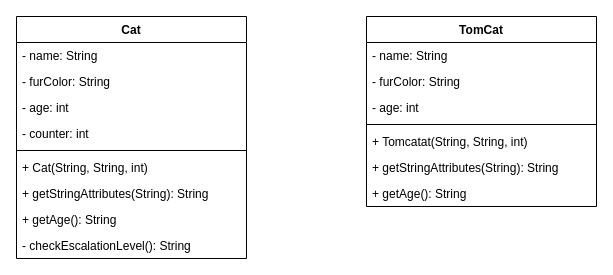
Before: page "Cat_TomCat" (1 of 2) of klassendiagramm.drawio in Comcave-OOP/03_Inheritance_Vererbung, a draw.io diagram. Source tidied: cells renumbered, new cells numbered last; positions are measured from the earlier drawing's top-left corner, leaving out a move shared by most shapes. Both pictures are drawn from the tidied source at 100%, with x=0, y=0 at pixel (16, 16).
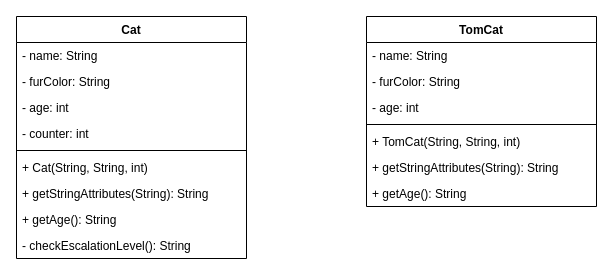
The same page after the edit.

The edit, as a diff of the source:
```diff
@@
 <mxGraphModel>
   <root>
     <mxCell id="0" />
     <mxCell id="1" parent="0" />
     <mxCell id="2" value="Cat" style="swimlane;fontStyle=1;align=center;verticalAlign=top;horizontal=1;startSize=26;" parent="1" vertex="1">
       <mxGeometry width="230" height="242" as="geometry" />
     </mxCell>
     <mxCell id="3" value="- name: String" style="text;strokeColor=none;fillColor=none;align=left;verticalAlign=top;spacingLeft=4;spacingRight=4;overflow=hidden;" parent="2" vertex="1">
       <mxGeometry y="26" width="230" height="26" as="geometry" />
     </mxCell>
     <mxCell id="4" value="- furColor: String" style="text;strokeColor=none;fillColor=none;align=left;verticalAlign=top;spacingLeft=4;spacingRight=4;overflow=hidden;" parent="2" vertex="1">
       <mxGeometry y="52" width="230" height="26" as="geometry" />
     </mxCell>
     <mxCell id="5" value="- age: int" style="text;strokeColor=none;fillColor=none;align=left;verticalAlign=top;spacingLeft=4;spacingRight=4;overflow=hidden;" parent="2" vertex="1">
       <mxGeometry y="78" width="230" height="26" as="geometry" />
     </mxCell>
     <mxCell id="6" value="- counter: int" style="text;strokeColor=none;fillColor=none;align=left;verticalAlign=top;spacingLeft=4;spacingRight=4;overflow=hidden;" parent="2" vertex="1">
       <mxGeometry y="104" width="230" height="26" as="geometry" />
     </mxCell>
     <mxCell id="7" style="line;strokeWidth=1;fillColor=none;align=left;verticalAlign=middle;spacingTop=-1;spacingLeft=3;spacingRight=3;labelPosition=right;strokeColor=inherit;" parent="2" vertex="1">
       <mxGeometry y="130" width="230" height="8" as="geometry" />
     </mxCell>
     <mxCell id="8" value="+ Cat(String, String, int)" style="text;strokeColor=none;fillColor=none;align=left;verticalAlign=top;spacingLeft=4;spacingRight=4;overflow=hidden;" parent="2" vertex="1">
       <mxGeometry y="138" width="230" height="26" as="geometry" />
     </mxCell>
     <mxCell id="9" value="+ getStringAttributes(String): String" style="text;strokeColor=none;fillColor=none;align=left;verticalAlign=top;spacingLeft=4;spacingRight=4;overflow=hidden;" parent="2" vertex="1">
       <mxGeometry y="164" width="230" height="26" as="geometry" />
     </mxCell>
     <mxCell id="10" value="+ getAge(): String" style="text;strokeColor=none;fillColor=none;align=left;verticalAlign=top;spacingLeft=4;spacingRight=4;overflow=hidden;" parent="2" vertex="1">
       <mxGeometry y="190" width="230" height="26" as="geometry" />
     </mxCell>
     <mxCell id="11" value="- checkEscalationLevel(): String" style="text;strokeColor=none;fillColor=none;align=left;verticalAlign=top;spacingLeft=4;spacingRight=4;overflow=hidden;" parent="2" vertex="1">
       <mxGeometry y="216" width="230" height="26" as="geometry" />
     </mxCell>
     <mxCell id="12" value="TomCat" style="swimlane;fontStyle=1;align=center;verticalAlign=top;horizontal=1;startSize=26;" parent="1" vertex="1">
       <mxGeometry x="350" width="230" height="190" as="geometry" />
     </mxCell>
     <mxCell id="13" value="- name: String" style="text;strokeColor=none;fillColor=none;align=left;verticalAlign=top;spacingLeft=4;spacingRight=4;overflow=hidden;" parent="12" vertex="1">
       <mxGeometry y="26" width="230" height="26" as="geometry" />
     </mxCell>
     <mxCell id="14" value="- furColor: String" style="text;strokeColor=none;fillColor=none;align=left;verticalAlign=top;spacingLeft=4;spacingRight=4;overflow=hidden;" parent="12" vertex="1">
       <mxGeometry y="52" width="230" height="26" as="geometry" />
     </mxCell>
     <mxCell id="15" value="- age: int" style="text;strokeColor=none;fillColor=none;align=left;verticalAlign=top;spacingLeft=4;spacingRight=4;overflow=hidden;" parent="12" vertex="1">
       <mxGeometry y="78" width="230" height="26" as="geometry" />
     </mxCell>
     <mxCell id="16" style="line;strokeWidth=1;fillColor=none;align=left;verticalAlign=middle;spacingTop=-1;spacingLeft=3;spacingRight=3;labelPosition=right;strokeColor=inherit;" parent="12" vertex="1">
       <mxGeometry y="104" width="230" height="8" as="geometry" />
     </mxCell>
-    <mxCell id="17" value="+ Tomcatat(String, String, int)" style="text;strokeColor=none;fillColor=none;align=left;verticalAlign=top;spacingLeft=4;spacingRight=4;overflow=hidden;" parent="12" vertex="1">
+    <mxCell id="17" value="+ TomCat(String, String, int)" style="text;strokeColor=none;fillColor=none;align=left;verticalAlign=top;spacingLeft=4;spacingRight=4;overflow=hidden;" parent="12" vertex="1">
       <mxGeometry y="112" width="230" height="26" as="geometry" />
     </mxCell>
     <mxCell id="18" value="+ getStringAttributes(String): String" style="text;strokeColor=none;fillColor=none;align=left;verticalAlign=top;spacingLeft=4;spacingRight=4;overflow=hidden;" parent="12" vertex="1">
       <mxGeometry y="138" width="230" height="26" as="geometry" />
     </mxCell>
     <mxCell id="19" value="+ getAge(): String" style="text;strokeColor=none;fillColor=none;align=left;verticalAlign=top;spacingLeft=4;spacingRight=4;overflow=hidden;" parent="12" vertex="1">
       <mxGeometry y="164" width="230" height="26" as="geometry" />
     </mxCell>
   </root>
 </mxGraphModel>
```
